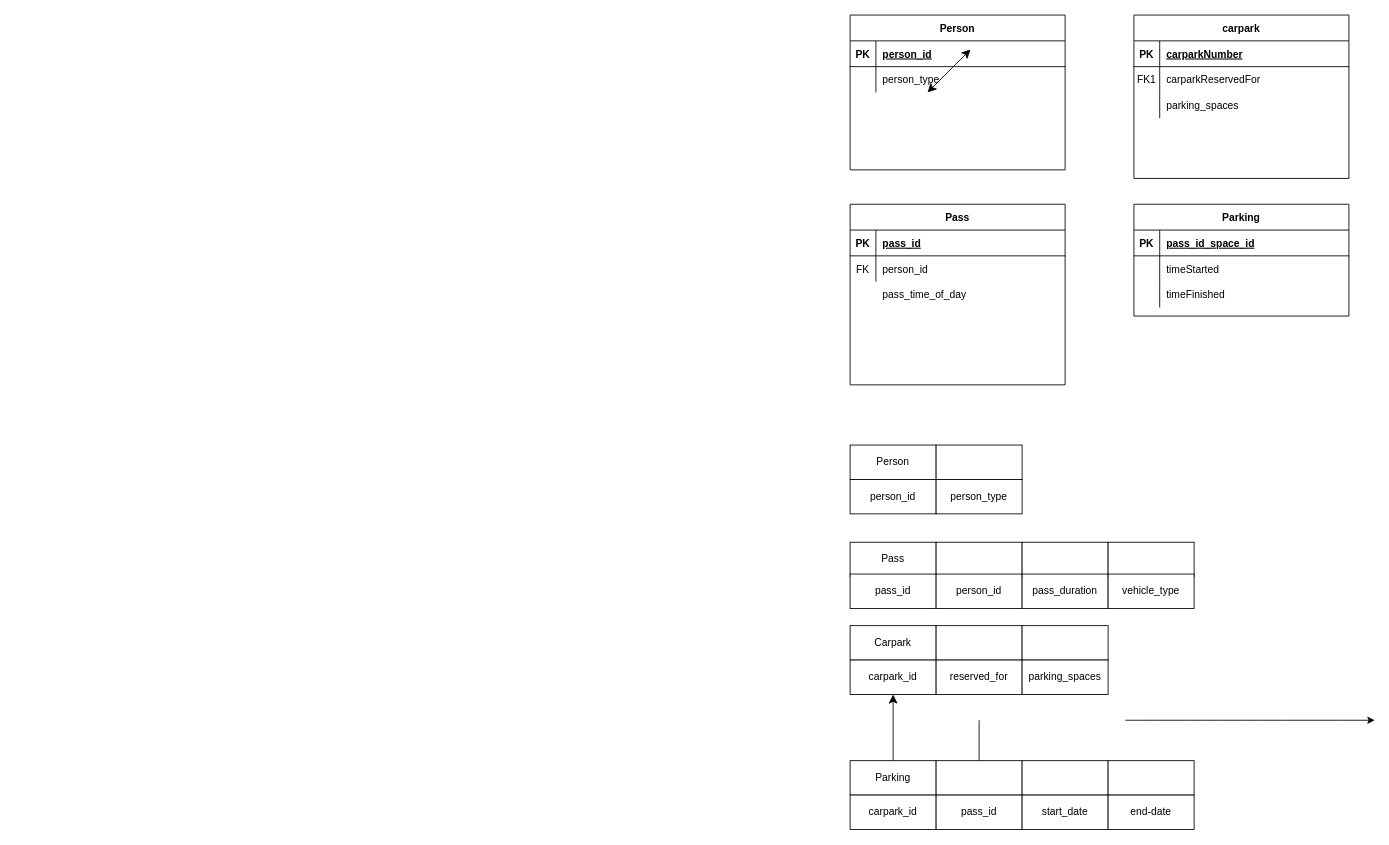
The draw.io diagram Untitled Diagram.drawio in TheCSharpAcademy/USC.ICT211.DatabaseDesign, before the edit. Source tidied: cells renumbered, new cells numbered last; positions are measured from the earlier drawing's top-left corner, leaving out a move shared by most shapes. Both pictures are drawn from the tidied source at 86%, with x=0, y=0 at pixel (850, 15).
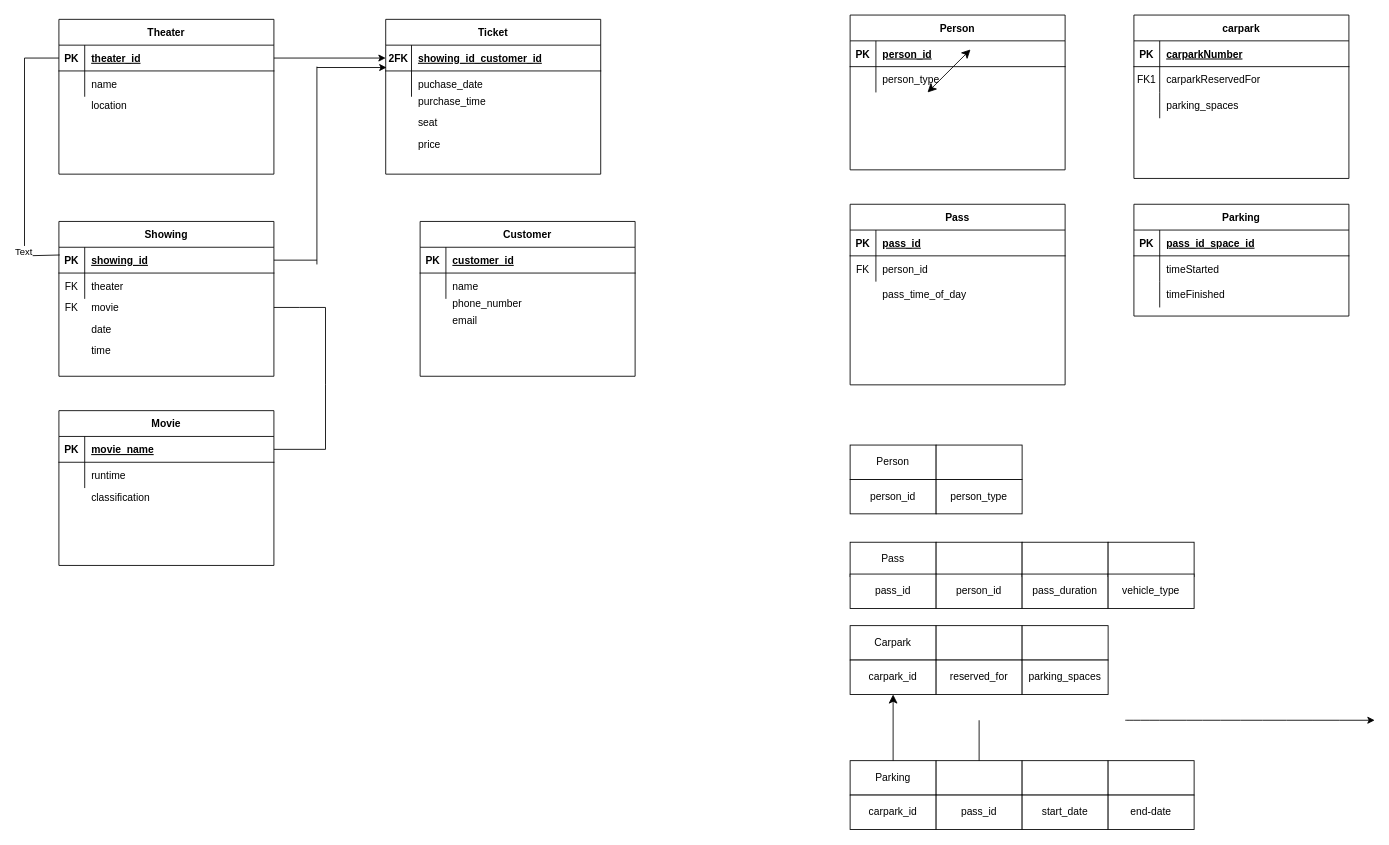
After the change.

What changed in the source:
```diff
@@
+    <mxCell id="67" value="Theater" style="shape=table;startSize=30;childLayout=tableLayout;rowLines=0;fontStyle=1;align=center;" parent="1" vertex="1">
+      <mxGeometry x="-920" y="5" width="250" height="180" as="geometry" />
+    </mxCell>
+    <mxCell id="68" style="shape=partialRectangle;fillColor=none;points=[[0,0.5],[1,0.5]];portConstraint=eastwest;top=0;left=0;right=0;bottom=1;" parent="67" vertex="1">
+      <mxGeometry y="30" width="250" height="30" as="geometry" />
+    </mxCell>
+    <mxCell id="69" value="PK" style="shape=partialRectangle;overflow=hidden;fillColor=none;top=0;left=0;bottom=0;right=0;fontStyle=1;" parent="68" vertex="1">
+      <mxGeometry width="30" height="30" as="geometry" />
+    </mxCell>
+    <mxCell id="70" value="theater_id" style="shape=partialRectangle;overflow=hidden;fillColor=none;top=0;left=0;bottom=0;right=0;align=left;spacingLeft=6;fontStyle=5;" parent="68" vertex="1">
+      <mxGeometry x="30" width="220" height="30" as="geometry" />
+    </mxCell>
+    <mxCell id="71" style="shape=partialRectangle;fillColor=none;top=0;left=0;right=0;bottom=0;" parent="67" vertex="1">
+      <mxGeometry y="60" width="250" height="30" as="geometry" />
+    </mxCell>
+    <mxCell id="72" style="shape=partialRectangle;overflow=hidden;fillColor=none;top=0;left=0;bottom=0;right=0;" parent="71" vertex="1">
+      <mxGeometry width="30" height="30" as="geometry" />
+    </mxCell>
+    <mxCell id="73" value="name" style="shape=partialRectangle;overflow=hidden;fillColor=none;top=0;left=0;bottom=0;right=0;align=left;spacingLeft=6;" parent="71" vertex="1">
+      <mxGeometry x="30" width="220" height="30" as="geometry" />
+    </mxCell>
+    <mxCell id="74" value="location" style="shape=partialRectangle;overflow=hidden;fillColor=none;top=0;left=0;bottom=0;right=0;align=left;spacingLeft=6;" parent="1" vertex="1">
+      <mxGeometry x="-890" y="90" width="220" height="30" as="geometry" />
+    </mxCell>
+    <mxCell id="75" value="Customer" style="shape=table;startSize=30;childLayout=tableLayout;rowLines=0;fontStyle=1;align=center;" parent="1" vertex="1">
+      <mxGeometry x="-500" y="240" width="250" height="180" as="geometry" />
+    </mxCell>
+    <mxCell id="76" style="shape=partialRectangle;fillColor=none;top=0;left=0;right=0;bottom=1;" parent="75" vertex="1">
+      <mxGeometry y="30" width="250" height="30" as="geometry" />
+    </mxCell>
+    <mxCell id="77" value="PK" style="shape=partialRectangle;overflow=hidden;fillColor=none;top=0;left=0;bottom=0;right=0;fontStyle=1;" parent="76" vertex="1">
+      <mxGeometry width="30" height="30" as="geometry" />
+    </mxCell>
+    <mxCell id="78" value="customer_id" style="shape=partialRectangle;overflow=hidden;fillColor=none;top=0;left=0;bottom=0;right=0;align=left;spacingLeft=6;fontStyle=5;" parent="76" vertex="1">
+      <mxGeometry x="30" width="220" height="30" as="geometry" />
+    </mxCell>
+    <mxCell id="79" style="shape=partialRectangle;fillColor=none;top=0;left=0;right=0;bottom=0;" parent="75" vertex="1">
+      <mxGeometry y="60" width="250" height="30" as="geometry" />
+    </mxCell>
+    <mxCell id="80" style="shape=partialRectangle;overflow=hidden;fillColor=none;top=0;left=0;bottom=0;right=0;" parent="79" vertex="1">
+      <mxGeometry width="30" height="30" as="geometry" />
+    </mxCell>
+    <mxCell id="81" value="name" style="shape=partialRectangle;overflow=hidden;fillColor=none;top=0;left=0;bottom=0;right=0;align=left;spacingLeft=6;" parent="79" vertex="1">
+      <mxGeometry x="30" width="220" height="30" as="geometry" />
+    </mxCell>
+    <mxCell id="82" value="email" style="shape=partialRectangle;overflow=hidden;fillColor=none;top=0;left=0;bottom=0;right=0;align=left;spacingLeft=6;" parent="1" vertex="1">
+      <mxGeometry x="-470" y="340" width="220" height="30" as="geometry" />
+    </mxCell>
+    <mxCell id="83" value="phone_number" style="shape=partialRectangle;overflow=hidden;fillColor=none;top=0;left=0;bottom=0;right=0;align=left;spacingLeft=6;" parent="1" vertex="1">
+      <mxGeometry x="-470" y="320" width="220" height="30" as="geometry" />
+    </mxCell>
+    <mxCell id="84" value="Movie" style="shape=table;startSize=30;childLayout=tableLayout;rowLines=0;fontStyle=1;align=center;" parent="1" vertex="1">
+      <mxGeometry x="-920" y="460" width="250" height="180" as="geometry" />
+    </mxCell>
+    <mxCell id="85" style="shape=partialRectangle;fillColor=none;points=[[0,0.5],[1,0.5]];portConstraint=eastwest;top=0;left=0;right=0;bottom=1;" parent="84" vertex="1">
+      <mxGeometry y="30" width="250" height="30" as="geometry" />
+    </mxCell>
+    <mxCell id="86" value="PK" style="shape=partialRectangle;overflow=hidden;fillColor=none;top=0;left=0;bottom=0;right=0;fontStyle=1;" parent="85" vertex="1">
+      <mxGeometry width="30" height="30" as="geometry" />
+    </mxCell>
+    <mxCell id="87" value="movie_name" style="shape=partialRectangle;overflow=hidden;fillColor=none;top=0;left=0;bottom=0;right=0;align=left;spacingLeft=6;fontStyle=5;" parent="85" vertex="1">
+      <mxGeometry x="30" width="220" height="30" as="geometry" />
+    </mxCell>
+    <mxCell id="88" style="shape=partialRectangle;fillColor=none;top=0;left=0;right=0;bottom=0;" parent="84" vertex="1">
+      <mxGeometry y="60" width="250" height="30" as="geometry" />
+    </mxCell>
+    <mxCell id="89" style="shape=partialRectangle;overflow=hidden;fillColor=none;top=0;left=0;bottom=0;right=0;" parent="88" vertex="1">
+      <mxGeometry width="30" height="30" as="geometry" />
+    </mxCell>
+    <mxCell id="90" value="runtime" style="shape=partialRectangle;overflow=hidden;fillColor=none;top=0;left=0;bottom=0;right=0;align=left;spacingLeft=6;" parent="88" vertex="1">
+      <mxGeometry x="30" width="220" height="30" as="geometry" />
+    </mxCell>
+    <mxCell id="91" value="classification" style="shape=partialRectangle;overflow=hidden;fillColor=none;top=0;left=0;bottom=0;right=0;align=left;spacingLeft=6;" parent="1" vertex="1">
+      <mxGeometry x="-890" y="545" width="220" height="30" as="geometry" />
+    </mxCell>
+    <mxCell id="92" value="Ticket" style="shape=table;startSize=30;childLayout=tableLayout;rowLines=0;fontStyle=1;align=center;" parent="1" vertex="1">
+      <mxGeometry x="-540" y="5" width="250" height="180" as="geometry" />
+    </mxCell>
+    <mxCell id="93" style="shape=partialRectangle;fillColor=none;points=[[0,0.5],[1,0.5]];portConstraint=eastwest;top=0;left=0;right=0;bottom=1;" parent="92" vertex="1">
+      <mxGeometry y="30" width="250" height="30" as="geometry" />
+    </mxCell>
+    <mxCell id="94" value="2FK" style="shape=partialRectangle;overflow=hidden;fillColor=none;top=0;left=0;bottom=0;right=0;fontStyle=1;" parent="93" vertex="1">
+      <mxGeometry width="30" height="30" as="geometry" />
+    </mxCell>
+    <mxCell id="95" value="showing_id_customer_id" style="shape=partialRectangle;overflow=hidden;fillColor=none;top=0;left=0;bottom=0;right=0;align=left;spacingLeft=6;fontStyle=5;" parent="93" vertex="1">
+      <mxGeometry x="30" width="220" height="30" as="geometry" />
+    </mxCell>
+    <mxCell id="96" style="shape=partialRectangle;fillColor=none;top=0;left=0;right=0;bottom=0;" parent="92" vertex="1">
+      <mxGeometry y="60" width="250" height="30" as="geometry" />
+    </mxCell>
+    <mxCell id="97" style="shape=partialRectangle;overflow=hidden;fillColor=none;top=0;left=0;bottom=0;right=0;" parent="96" vertex="1">
+      <mxGeometry width="30" height="30" as="geometry" />
+    </mxCell>
+    <mxCell id="98" value="puchase_date" style="shape=partialRectangle;overflow=hidden;fillColor=none;top=0;left=0;bottom=0;right=0;align=left;spacingLeft=6;" parent="96" vertex="1">
+      <mxGeometry x="30" width="220" height="30" as="geometry" />
+    </mxCell>
+    <mxCell id="99" value="purchase_time" style="shape=partialRectangle;overflow=hidden;fillColor=none;top=0;left=0;bottom=0;right=0;align=left;spacingLeft=6;" parent="1" vertex="1">
+      <mxGeometry x="-510" y="85" width="220" height="30" as="geometry" />
+    </mxCell>
+    <mxCell id="100" value="seat" style="shape=partialRectangle;overflow=hidden;fillColor=none;top=0;left=0;bottom=0;right=0;align=left;spacingLeft=6;" parent="1" vertex="1">
+      <mxGeometry x="-510" y="110" width="220" height="30" as="geometry" />
+    </mxCell>
+    <mxCell id="101" value="price" style="shape=partialRectangle;overflow=hidden;fillColor=none;top=0;left=0;bottom=0;right=0;align=left;spacingLeft=6;" parent="1" vertex="1">
+      <mxGeometry x="-510" y="135" width="220" height="30" as="geometry" />
+    </mxCell>
+    <mxCell id="102" value="Showing" style="shape=table;startSize=30;childLayout=tableLayout;rowLines=0;fontStyle=1;align=center;" parent="1" vertex="1">
+      <mxGeometry x="-920" y="240" width="250" height="180" as="geometry" />
+    </mxCell>
+    <mxCell id="103" style="shape=partialRectangle;fillColor=none;points=[[0,0.5],[1,0.5]];portConstraint=eastwest;top=0;left=0;right=0;bottom=1;" parent="102" vertex="1">
+      <mxGeometry y="30" width="250" height="30" as="geometry" />
+    </mxCell>
+    <mxCell id="104" value="PK" style="shape=partialRectangle;overflow=hidden;fillColor=none;top=0;left=0;bottom=0;right=0;fontStyle=1;" parent="103" vertex="1">
+      <mxGeometry width="30" height="30" as="geometry" />
+    </mxCell>
+    <mxCell id="105" value="showing_id" style="shape=partialRectangle;overflow=hidden;fillColor=none;top=0;left=0;bottom=0;right=0;align=left;spacingLeft=6;fontStyle=5;" parent="103" vertex="1">
+      <mxGeometry x="30" width="220" height="30" as="geometry" />
+    </mxCell>
+    <mxCell id="106" style="shape=partialRectangle;fillColor=none;top=0;left=0;right=0;bottom=0;" parent="102" vertex="1">
+      <mxGeometry y="60" width="250" height="30" as="geometry" />
+    </mxCell>
+    <mxCell id="107" value="FK" style="shape=partialRectangle;overflow=hidden;fillColor=none;top=0;left=0;bottom=0;right=0;" parent="106" vertex="1">
+      <mxGeometry width="30" height="30" as="geometry" />
+    </mxCell>
+    <mxCell id="108" value="theater" style="shape=partialRectangle;overflow=hidden;fillColor=none;top=0;left=0;bottom=0;right=0;align=left;spacingLeft=6;" parent="106" vertex="1">
+      <mxGeometry x="30" width="220" height="30" as="geometry" />
+    </mxCell>
+    <mxCell id="109" value="movie" style="shape=partialRectangle;overflow=hidden;fillColor=none;top=0;left=0;bottom=0;right=0;align=left;spacingLeft=6;" parent="1" vertex="1">
+      <mxGeometry x="-890" y="325" width="220" height="30" as="geometry" />
+    </mxCell>
+    <mxCell id="110" value="date" style="shape=partialRectangle;overflow=hidden;fillColor=none;top=0;left=0;bottom=0;right=0;align=left;spacingLeft=6;" parent="1" vertex="1">
+      <mxGeometry x="-890" y="350" width="220" height="30" as="geometry" />
+    </mxCell>
+    <mxCell id="111" value="time" style="shape=partialRectangle;overflow=hidden;fillColor=none;top=0;left=0;bottom=0;right=0;align=left;spacingLeft=6;" parent="1" vertex="1">
+      <mxGeometry x="-890" y="375" width="220" height="30" as="geometry" />
+    </mxCell>
+    <mxCell id="112" value="FK" style="shape=partialRectangle;overflow=hidden;fillColor=none;top=0;left=0;bottom=0;right=0;" parent="1" vertex="1">
+      <mxGeometry x="-920" y="325" width="30" height="30" as="geometry" />
+    </mxCell>
+    <mxCell id="113" style="endArrow=classic;html=1;rounded=0;exitX=1;exitY=0.5;exitDx=0;exitDy=0;entryX=0;entryY=0.5;entryDx=0;entryDy=0;" parent="1" edge="1" source="68" target="93">
+      <mxGeometry relative="1" as="geometry" />
+    </mxCell>
+    <mxCell id="114" style="endArrow=none;html=1;rounded=0;exitX=1;exitY=0.5;exitDx=0;exitDy=0;" parent="1" edge="1" source="103">
+      <mxGeometry relative="1" as="geometry">
+        <mxPoint x="-620" y="285" as="targetPoint" />
+      </mxGeometry>
+    </mxCell>
+    <mxCell id="115" style="endArrow=none;html=1;rounded=0;" parent="1" edge="1">
+      <mxGeometry relative="1" as="geometry">
+        <mxPoint x="-620" y="290" as="sourcePoint" />
+        <mxPoint x="-620" y="60" as="targetPoint" />
+      </mxGeometry>
+    </mxCell>
+    <mxCell id="116" style="endArrow=classic;html=1;rounded=0;entryX=0.004;entryY=0.867;entryDx=0;entryDy=0;entryPerimeter=0;" parent="1" edge="1" target="93">
+      <mxGeometry relative="1" as="geometry">
+        <mxPoint x="-620" y="61" as="sourcePoint" />
+      </mxGeometry>
+    </mxCell>
+    <mxCell id="117" style="endArrow=none;html=1;rounded=0;exitX=1;exitY=0.5;exitDx=0;exitDy=0;targetPerimeterSpacing=0;" parent="1" edge="1" source="85">
+      <mxGeometry relative="1" as="geometry">
+        <mxPoint x="-670" y="340" as="targetPoint" />
+        <Array as="points">
+          <mxPoint x="-610" y="505" />
+          <mxPoint x="-610" y="430" />
+          <mxPoint x="-610" y="340" />
+          <mxPoint x="-640" y="340" />
+        </Array>
+      </mxGeometry>
+    </mxCell>
+    <mxCell id="118" style="endArrow=none;html=1;rounded=0;exitX=0.004;exitY=0.3;exitDx=0;exitDy=0;exitPerimeter=0;" parent="1" edge="1" source="103">
+      <mxGeometry relative="1" as="geometry">
+        <mxPoint x="-920" y="50" as="targetPoint" />
+        <Array as="points">
+          <mxPoint x="-960" y="280" />
+          <mxPoint x="-960" y="50" />
+        </Array>
+      </mxGeometry>
+    </mxCell>
+    <mxCell id="119" value="Text" style="edgeLabel;html=1;align=center;verticalAlign=middle;" parent="118" vertex="1">
+      <mxGeometry x="-0.7" y="2" relative="1" as="geometry" />
+    </mxCell>
```
